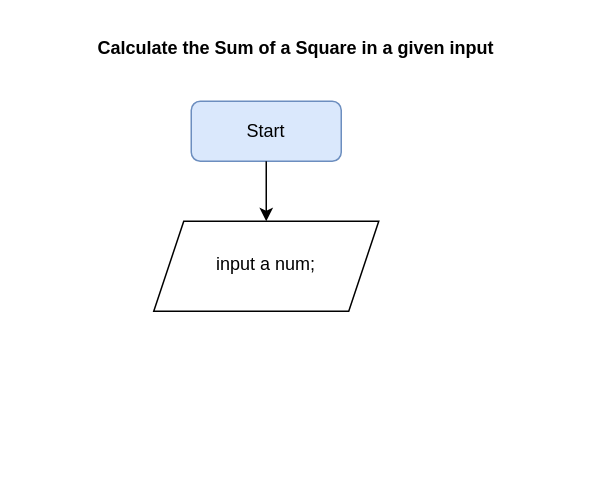
Above: Sum of square alx.drawio in redolfosei/flowCharts (draw.io), before the change. Source tidied: cells renumbered, new cells numbered last; positions are measured from the earlier drawing's top-left corner, leaving out a move shared by most shapes. Both pictures are drawn from the tidied source at 150%, with x=0, y=0 at pixel (26, 26).
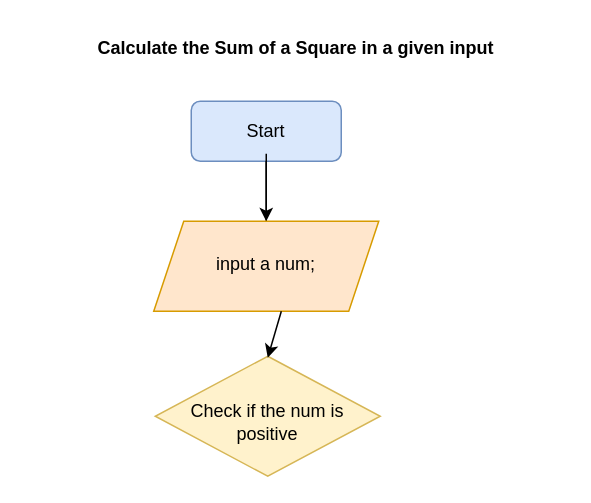
The same page after the edit.

What changed in the source:
```diff
@@
 <mxGraphModel>
   <root>
     <mxCell id="0" />
     <mxCell id="1" parent="0" />
     <mxCell id="2" value="&lt;b&gt;Calculate the Sum of a Square in a given input&lt;/b&gt;" style="text;html=1;strokeColor=none;fillColor=none;align=center;verticalAlign=middle;whiteSpace=wrap;rounded=0;" parent="1" vertex="1">
       <mxGeometry width="360" height="30" as="geometry" />
     </mxCell>
     <mxCell id="3" style="rounded=1;whiteSpace=wrap;html=1;fillColor=#dae8fc;strokeColor=#6c8ebf;" parent="1" vertex="1">
       <mxGeometry x="110" y="50" width="100" height="40" as="geometry" />
     </mxCell>
+    <mxCell id="8" style="edgeStyle=orthogonalEdgeStyle;rounded=0;jettySize=auto;html=1;" parent="1" edge="1" source="4" target="7">
+      <mxGeometry relative="1" as="geometry" />
+    </mxCell>
     <mxCell id="4" value="Start" style="text;html=1;strokeColor=none;fillColor=none;align=center;verticalAlign=middle;whiteSpace=wrap;rounded=0;" parent="1" vertex="1">
       <mxGeometry x="130" y="55" width="60" height="30" as="geometry" />
     </mxCell>
     <mxCell id="5" style="endArrow=classic;html=1;rounded=0;exitX=0.5;exitY=1;exitDx=0;exitDy=0;" parent="1" edge="1" source="3">
       <mxGeometry relative="1" as="geometry">
         <mxPoint x="160" y="130" as="targetPoint" />
       </mxGeometry>
     </mxCell>
-    <mxCell id="6" style="shape=parallelogram;perimeter=parallelogramPerimeter;whiteSpace=wrap;html=1;fixedSize=1;" parent="1" vertex="1">
+    <mxCell id="6" style="shape=parallelogram;perimeter=parallelogramPerimeter;whiteSpace=wrap;html=1;fixedSize=1;fillColor=#ffe6cc;strokeColor=#d79b00;" parent="1" vertex="1">
       <mxGeometry x="85" y="130" width="150" height="60" as="geometry" />
     </mxCell>
     <mxCell id="7" value="input a num;" style="text;html=1;strokeColor=none;fillColor=none;align=center;verticalAlign=middle;whiteSpace=wrap;rounded=0;" parent="1" vertex="1">
       <mxGeometry x="110" y="144" width="100" height="30" as="geometry" />
     </mxCell>
+    <mxCell id="9" style="rhombus;whiteSpace=wrap;html=1;fillColor=#fff2cc;strokeColor=#d6b656;" parent="1" vertex="1">
+      <mxGeometry x="86" y="220" width="150" height="80" as="geometry" />
+    </mxCell>
+    <mxCell id="10" style="endArrow=classic;html=1;rounded=0;exitX=0.567;exitY=1;exitDx=0;exitDy=0;exitPerimeter=0;" parent="1" edge="1" source="6">
+      <mxGeometry relative="1" as="geometry">
+        <mxPoint x="161" y="221" as="targetPoint" />
+      </mxGeometry>
+    </mxCell>
+    <mxCell id="11" value="Check if the num is positive" style="text;html=1;strokeColor=none;fillColor=none;align=center;verticalAlign=middle;whiteSpace=wrap;rounded=0;" parent="1" vertex="1">
+      <mxGeometry x="101" y="249" width="120" height="30" as="geometry" />
+    </mxCell>
   </root>
 </mxGraphModel>
```
